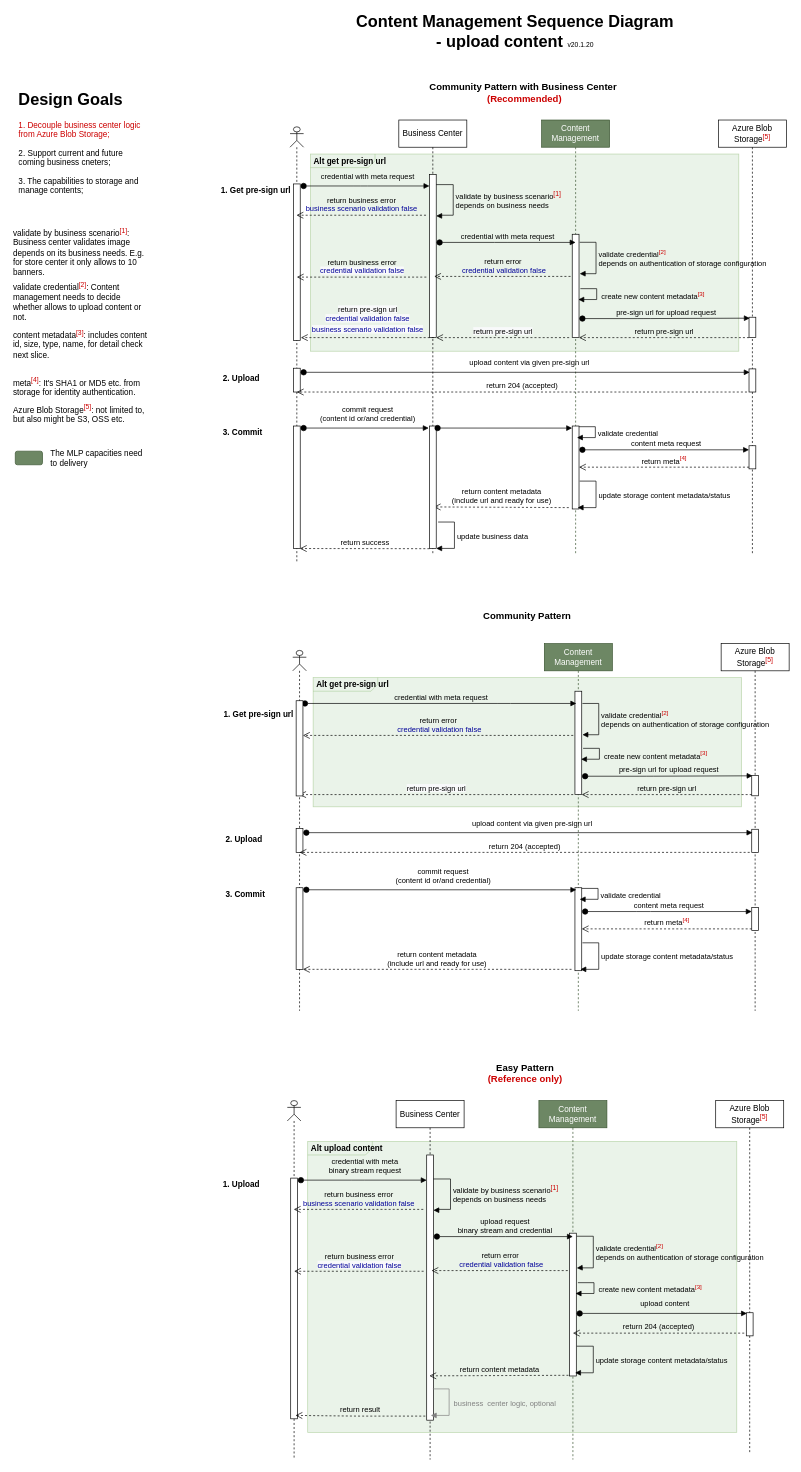
This is page "Uploading User Case" (1 of 3) of Mid Layer Platform Content Business Flow.drawio from sotheair/designs, a draw.io file, before an edit. Source tidied: cells renumbered, new cells numbered last; positions are measured from the earlier drawing's top-left corner, leaving out a move shared by most shapes. Both pictures are drawn from the tidied source at 68%, with x=0, y=0 at pixel (12, 24).
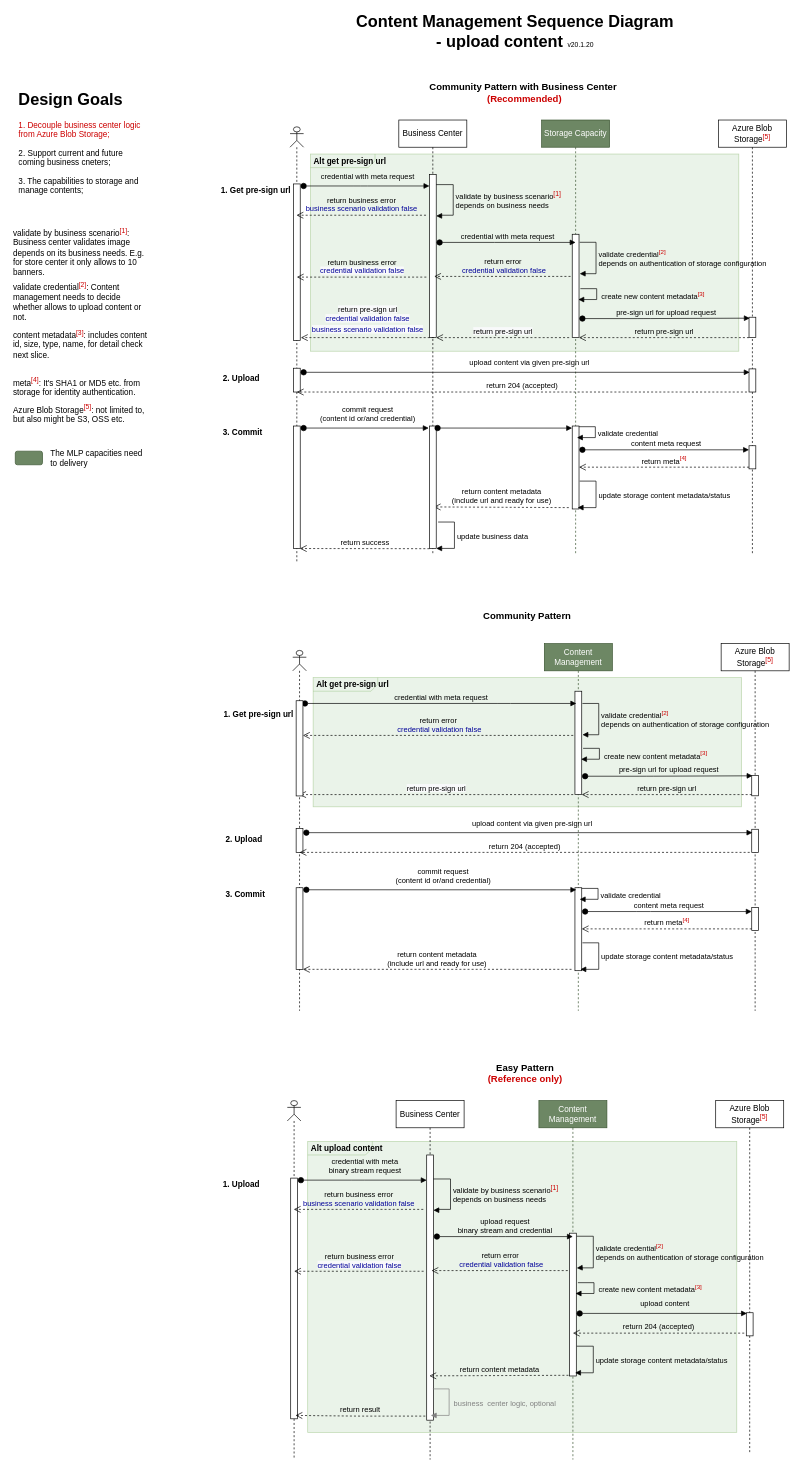
The same diagram, later.

Diff of the diagram source:
```diff
@@
-    <mxCell id="3" value="Content Management" style="shape=umlLifeline;perimeter=lifelinePerimeter;whiteSpace=wrap;html=1;fillColor=#6d8764;strokeColor=#3A5431;fontColor=#ffffff;" parent="1" vertex="1">
+    <mxCell id="3" value="Storage Capacity" style="shape=umlLifeline;perimeter=lifelinePerimeter;whiteSpace=wrap;html=1;fillColor=#6d8764;strokeColor=#3A5431;fontColor=#ffffff;" parent="1" vertex="1">
       <mxGeometry x="779" y="140" width="100" height="640" as="geometry" />
     </mxCell>
```
